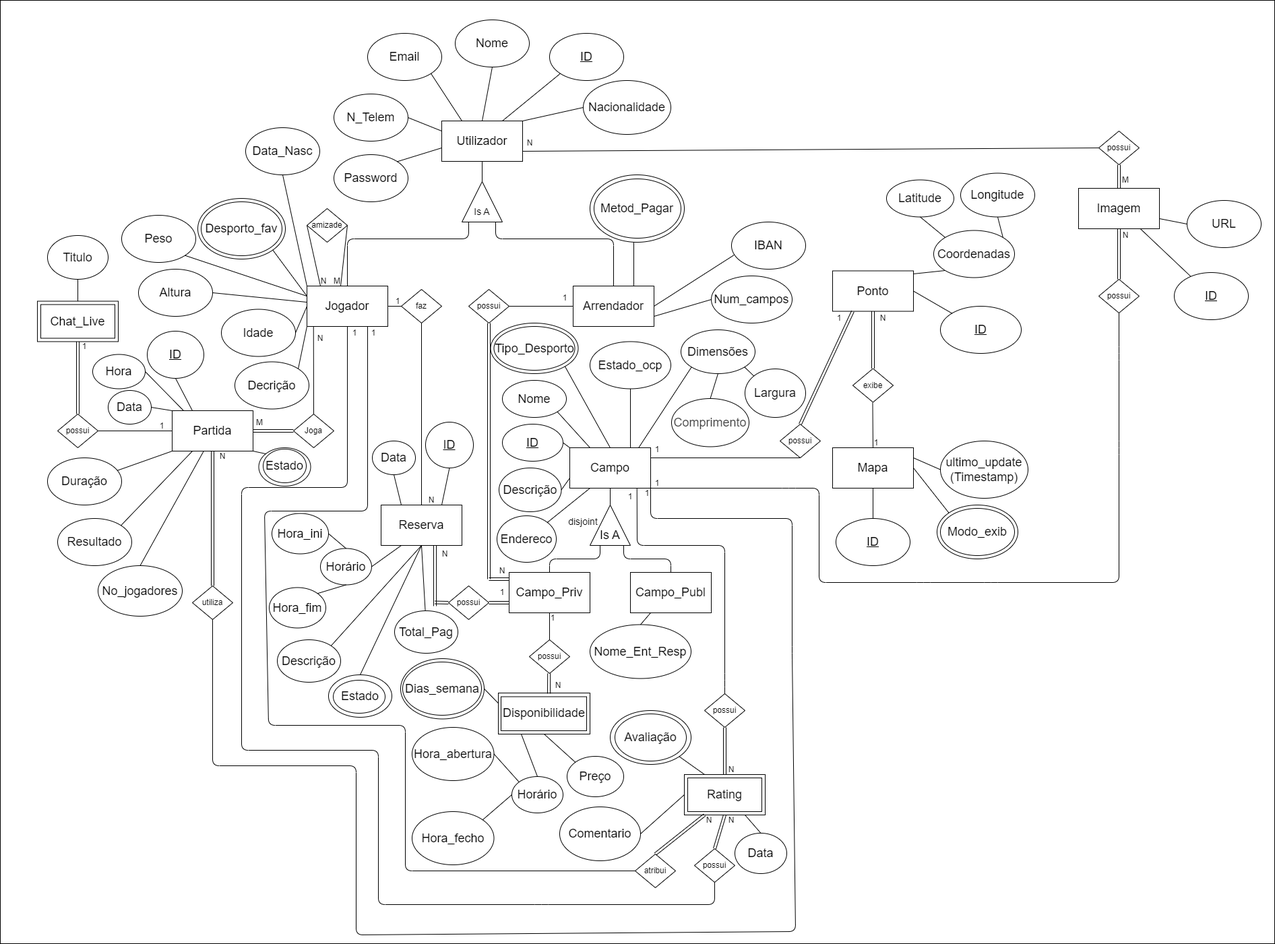
Before: DOC/DER_SL.png, a diagram exported from draw.io (Paul-Y5/Projeto_SPORTSLINK-BD). Source tidied: cells renumbered, new cells last; positions are measured from the earlier drawing's top-left corner, leaving out a move shared by most shapes.
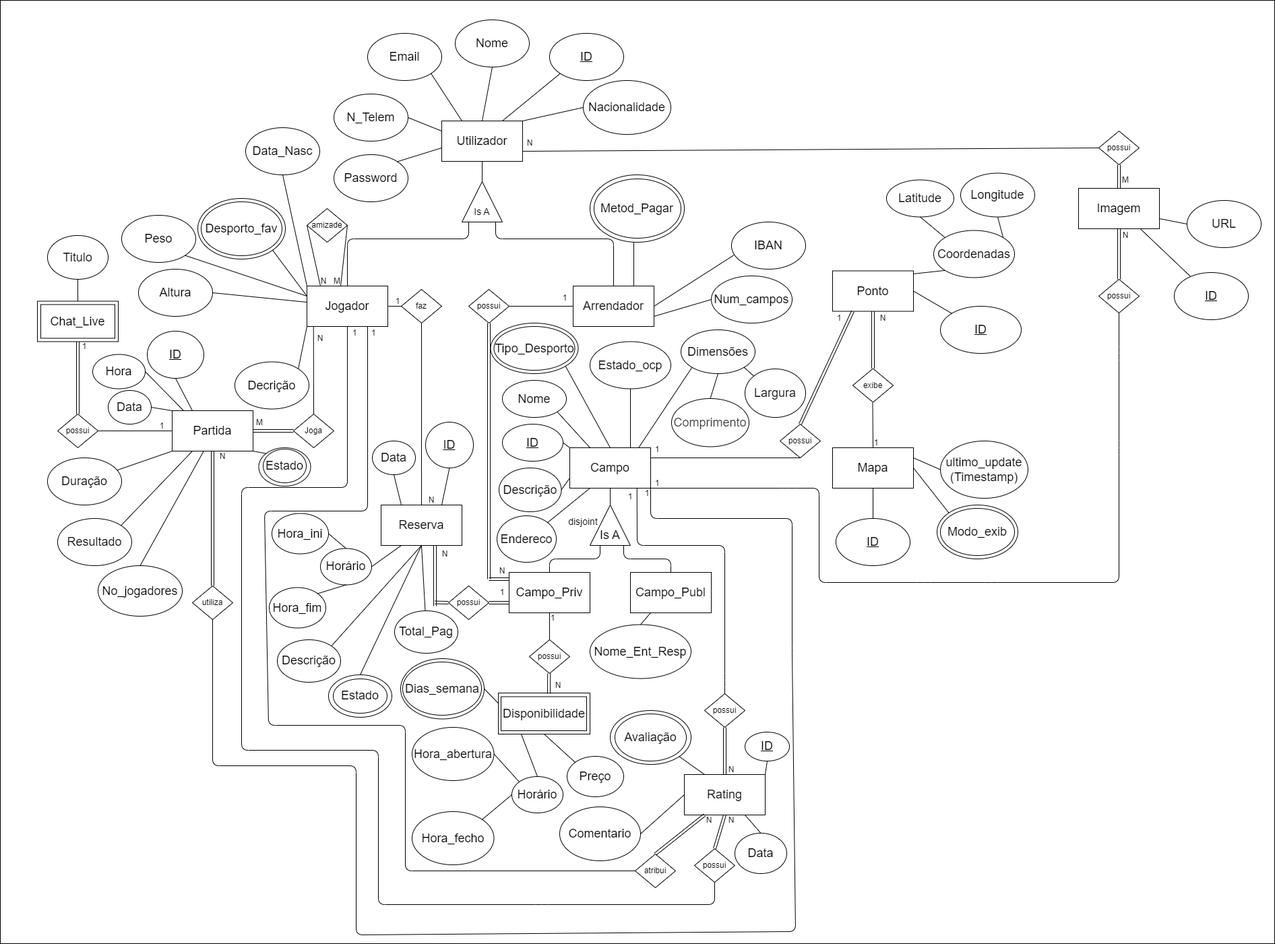
The same diagram one commit later.

Diff of the diagram source:
```diff
@@ -74,9 +74,6 @@
     <mxCell id="21" value="&lt;span style=&quot;font-size: 18px;&quot;&gt;Desporto_fav&lt;/span&gt;" style="ellipse;whiteSpace=wrap;html=1;" parent="1" vertex="1">
       <mxGeometry x="293" y="294" width="130" height="90" as="geometry" />
     </mxCell>
-    <mxCell id="22" value="&lt;span style=&quot;font-size: 18px;&quot;&gt;Idade&lt;/span&gt;" style="ellipse;whiteSpace=wrap;html=1;" parent="1" vertex="1">
-      <mxGeometry x="328" y="458.5" width="110" height="70" as="geometry" />
-    </mxCell>
     <mxCell id="23" style="endArrow=none;html=1;exitX=1;exitY=0;exitDx=0;exitDy=0;entryX=0;entryY=0.5;entryDx=0;entryDy=0;" parent="1" edge="1" source="3" target="20">
       <mxGeometry relative="1" as="geometry" />
     </mxCell>
@@ -89,9 +86,6 @@
     <mxCell id="26" style="endArrow=none;html=1;entryX=0;entryY=1;entryDx=0;entryDy=0;exitX=1;exitY=0;exitDx=0;exitDy=0;" parent="1" edge="1" source="25" target="16">
       <mxGeometry relative="1" as="geometry" />
     </mxCell>
-    <mxCell id="27" style="endArrow=none;html=1;entryX=0;entryY=0.5;entryDx=0;entryDy=0;exitX=1;exitY=0.5;exitDx=0;exitDy=0;" parent="1" edge="1" source="22" target="16">
-      <mxGeometry relative="1" as="geometry" />
-    </mxCell>
     <mxCell id="28" style="endArrow=none;html=1;exitX=0;exitY=0.25;exitDx=0;exitDy=0;entryX=1;entryY=1;entryDx=0;entryDy=0;" parent="1" edge="1" source="16" target="21">
       <mxGeometry relative="1" as="geometry" />
     </mxCell>
@@ -244,9 +238,6 @@
     <mxCell id="73" value="faz" style="rhombus;whiteSpace=wrap;html=1;" parent="1" vertex="1">
       <mxGeometry x="595" y="429" width="60" height="50" as="geometry" />
     </mxCell>
-    <mxCell id="74" style="rounded=0;whiteSpace=wrap;html=1;fillColor=none;" parent="1" vertex="1">
-      <mxGeometry x="1020" y="1154" width="110" height="50" as="geometry" />
-    </mxCell>
     <mxCell id="75" value="&lt;font style=&quot;font-size: 18px;&quot;&gt;Imagem&lt;/font&gt;" style="rounded=0;whiteSpace=wrap;html=1;" parent="1" vertex="1">
       <mxGeometry x="1600" y="279" width="120" height="60" as="geometry" />
     </mxCell>
@@ -786,10 +777,16 @@
       <mxGeometry relative="1" as="geometry" />
     </mxCell>
     <mxCell id="230" style="ellipse;whiteSpace=wrap;html=1;fillColor=none;" parent="1" vertex="1">
-      <mxGeometry x="494" y="1009" width="77" height="49" as="geometry" />
+      <mxGeometry x="494" y="1007" width="80" height="51" as="geometry" />
     </mxCell>
     <mxCell id="231" style="ellipse;whiteSpace=wrap;html=1;fillColor=none;" parent="1" vertex="1">
       <mxGeometry x="383.5" y="664" width="77" height="57" as="geometry" />
     </mxCell>
+    <mxCell id="232" value="&lt;font style=&quot;font-size: 18px;&quot;&gt;&lt;u&gt;ID&lt;/u&gt;&lt;/font&gt;" style="ellipse;whiteSpace=wrap;html=1;" parent="1" vertex="1">
+      <mxGeometry x="1105" y="1086" width="66" height="43" as="geometry" />
+    </mxCell>
+    <mxCell id="233" style="endArrow=none;html=1;entryX=1;entryY=0;entryDx=0;entryDy=0;exitX=0.5;exitY=1;exitDx=0;exitDy=0;" parent="1" edge="1" source="232" target="71">
+      <mxGeometry relative="1" as="geometry" />
+    </mxCell>
   </root>
 </mxGraphModel>
```
